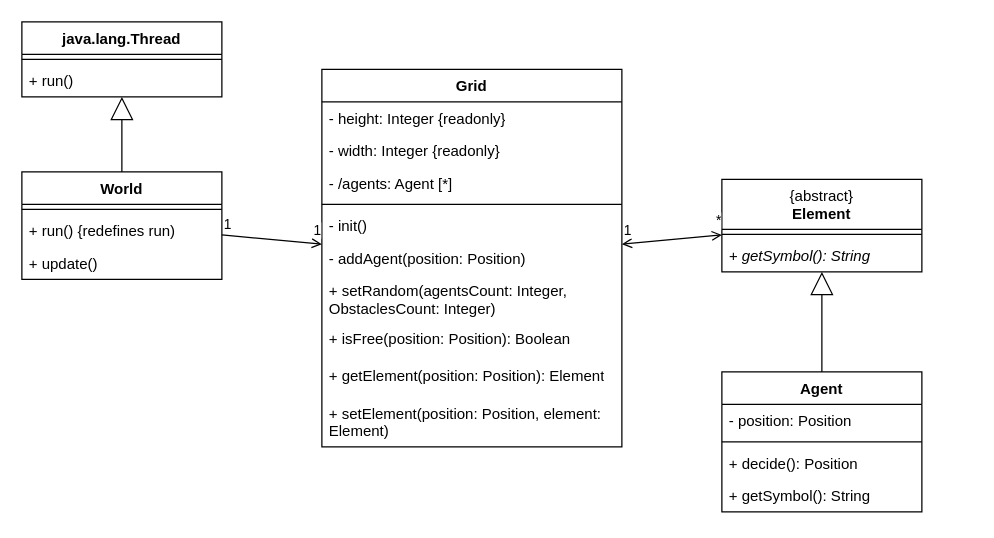
Before: Diagrams/Class Diagram.drawio in highestPACE/mini-agent-simulation, a draw.io diagram. Source tidied: cells renumbered, new cells numbered last; positions are measured from the earlier drawing's top-left corner, leaving out a move shared by most shapes. Both pictures are drawn from the tidied source at 125%, with x=0, y=0 at pixel (21, 21).
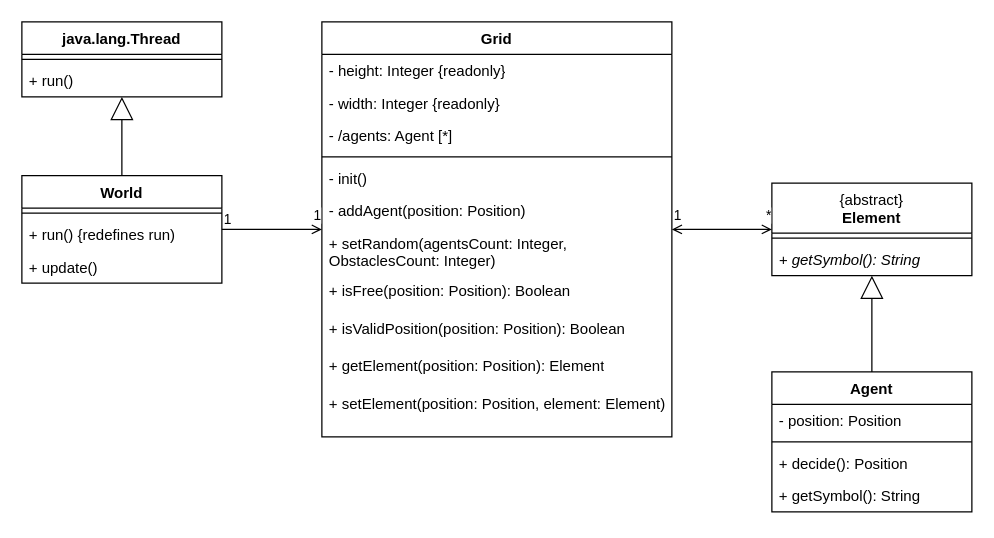
Above is the later version.

Commit message (it also covers changes not shown here):
Added Grid.isValidPosition()

The edit, as a diff of the source:
```diff
@@
     <mxCell id="2" value="World" style="swimlane;fontStyle=1;align=center;verticalAlign=top;horizontal=1;startSize=26;whiteSpace=wrap;html=1;" parent="1" vertex="1">
-      <mxGeometry y="120" width="160" height="86" as="geometry" />
+      <mxGeometry y="123" width="160" height="86" as="geometry" />
     </mxCell>
@@
     <mxCell id="6" value="Grid" style="swimlane;fontStyle=1;align=center;verticalAlign=top;horizontal=1;startSize=26;whiteSpace=wrap;html=1;" parent="1" vertex="1">
-      <mxGeometry x="240" y="38" width="240" height="302" as="geometry" />
+      <mxGeometry x="240" width="280" height="332" as="geometry" />
     </mxCell>
     <mxCell id="7" value="- height: Integer {readonly}" style="text;strokeColor=none;fillColor=none;align=left;verticalAlign=top;spacingLeft=4;spacingRight=4;overflow=hidden;whiteSpace=wrap;html=1;" parent="6" vertex="1">
-      <mxGeometry y="26" width="240" height="26" as="geometry" />
+      <mxGeometry y="26" width="280" height="26" as="geometry" />
     </mxCell>
     <mxCell id="8" value="- width: Integer {readonly}" style="text;strokeColor=none;fillColor=none;align=left;verticalAlign=top;spacingLeft=4;spacingRight=4;overflow=hidden;whiteSpace=wrap;html=1;" parent="6" vertex="1">
-      <mxGeometry y="52" width="240" height="26" as="geometry" />
+      <mxGeometry y="52" width="280" height="26" as="geometry" />
     </mxCell>
     <mxCell id="9" value="- /agents: Agent [*]" style="text;strokeColor=none;fillColor=none;align=left;verticalAlign=top;spacingLeft=4;spacingRight=4;overflow=hidden;whiteSpace=wrap;html=1;" parent="6" vertex="1">
-      <mxGeometry y="78" width="240" height="26" as="geometry" />
+      <mxGeometry y="78" width="280" height="26" as="geometry" />
     </mxCell>
     <mxCell id="10" style="line;strokeWidth=1;fillColor=none;align=left;verticalAlign=middle;spacingTop=-1;spacingLeft=3;spacingRight=3;labelPosition=right;strokeColor=inherit;" parent="6" vertex="1">
-      <mxGeometry y="104" width="240" height="8" as="geometry" />
+      <mxGeometry y="104" width="280" height="8" as="geometry" />
     </mxCell>
     <mxCell id="11" value="- init()" style="text;strokeColor=none;fillColor=none;align=left;verticalAlign=top;spacingLeft=4;spacingRight=4;overflow=hidden;whiteSpace=wrap;html=1;" parent="6" vertex="1">
-      <mxGeometry y="112" width="240" height="26" as="geometry" />
+      <mxGeometry y="112" width="280" height="26" as="geometry" />
     </mxCell>
     <mxCell id="12" value="- addAgent(position: Position)" style="text;strokeColor=none;fillColor=none;align=left;verticalAlign=top;spacingLeft=4;spacingRight=4;overflow=hidden;whiteSpace=wrap;html=1;" parent="6" vertex="1">
-      <mxGeometry y="138" width="240" height="26" as="geometry" />
+      <mxGeometry y="138" width="280" height="26" as="geometry" />
     </mxCell>
     <mxCell id="13" value="+ setRandom(agentsCount: Integer, ObstaclesCount: Integer)" style="text;strokeColor=none;fillColor=none;align=left;verticalAlign=top;spacingLeft=4;spacingRight=4;overflow=hidden;whiteSpace=wrap;html=1;" parent="6" vertex="1">
-      <mxGeometry y="164" width="240" height="38" as="geometry" />
+      <mxGeometry y="164" width="280" height="38" as="geometry" />
     </mxCell>
     <mxCell id="14" value="+ isFree(position: Position): Boolean" style="text;strokeColor=none;fillColor=none;align=left;verticalAlign=top;spacingLeft=4;spacingRight=4;overflow=hidden;whiteSpace=wrap;html=1;" parent="6" vertex="1">
-      <mxGeometry y="202" width="240" height="30" as="geometry" />
+      <mxGeometry y="202" width="280" height="30" as="geometry" />
     </mxCell>
+    <mxCell id="36" value="+ isValidPosition(position: Position): Boolean" style="text;strokeColor=none;fillColor=none;align=left;verticalAlign=top;spacingLeft=4;spacingRight=4;overflow=hidden;whiteSpace=wrap;html=1;" parent="6" vertex="1">
+      <mxGeometry y="232" width="280" height="30" as="geometry" />
+    </mxCell>
     <mxCell id="15" value="+ getElement(position: Position): Element" style="text;strokeColor=none;fillColor=none;align=left;verticalAlign=top;spacingLeft=4;spacingRight=4;overflow=hidden;whiteSpace=wrap;html=1;" parent="6" vertex="1">
-      <mxGeometry y="232" width="240" height="30" as="geometry" />
+      <mxGeometry y="262" width="280" height="30" as="geometry" />
     </mxCell>
     <mxCell id="16" value="+ setElement(position: Position, element: Element)" style="text;strokeColor=none;fillColor=none;align=left;verticalAlign=top;spacingLeft=4;spacingRight=4;overflow=hidden;whiteSpace=wrap;html=1;" parent="6" vertex="1">
-      <mxGeometry y="262" width="240" height="40" as="geometry" />
+      <mxGeometry y="292" width="280" height="40" as="geometry" />
     </mxCell>
     <mxCell id="17" value="Agent" style="swimlane;fontStyle=1;align=center;verticalAlign=top;horizontal=1;startSize=26;whiteSpace=wrap;html=1;" parent="1" vertex="1">
-      <mxGeometry x="560" y="280" width="160" height="112" as="geometry" />
+      <mxGeometry x="600" y="280" width="160" height="112" as="geometry" />
     </mxCell>
@@
     <mxCell id="29" value="&lt;span style=&quot;font-weight: normal;&quot;&gt;{abstract}&lt;/span&gt;&lt;br&gt;Element" style="swimlane;fontStyle=1;align=center;verticalAlign=top;horizontal=1;startSize=40;whiteSpace=wrap;html=1;" parent="1" vertex="1">
-      <mxGeometry x="560" y="126" width="160" height="74" as="geometry" />
+      <mxGeometry x="600" y="129" width="160" height="74" as="geometry" />
     </mxCell>
```
